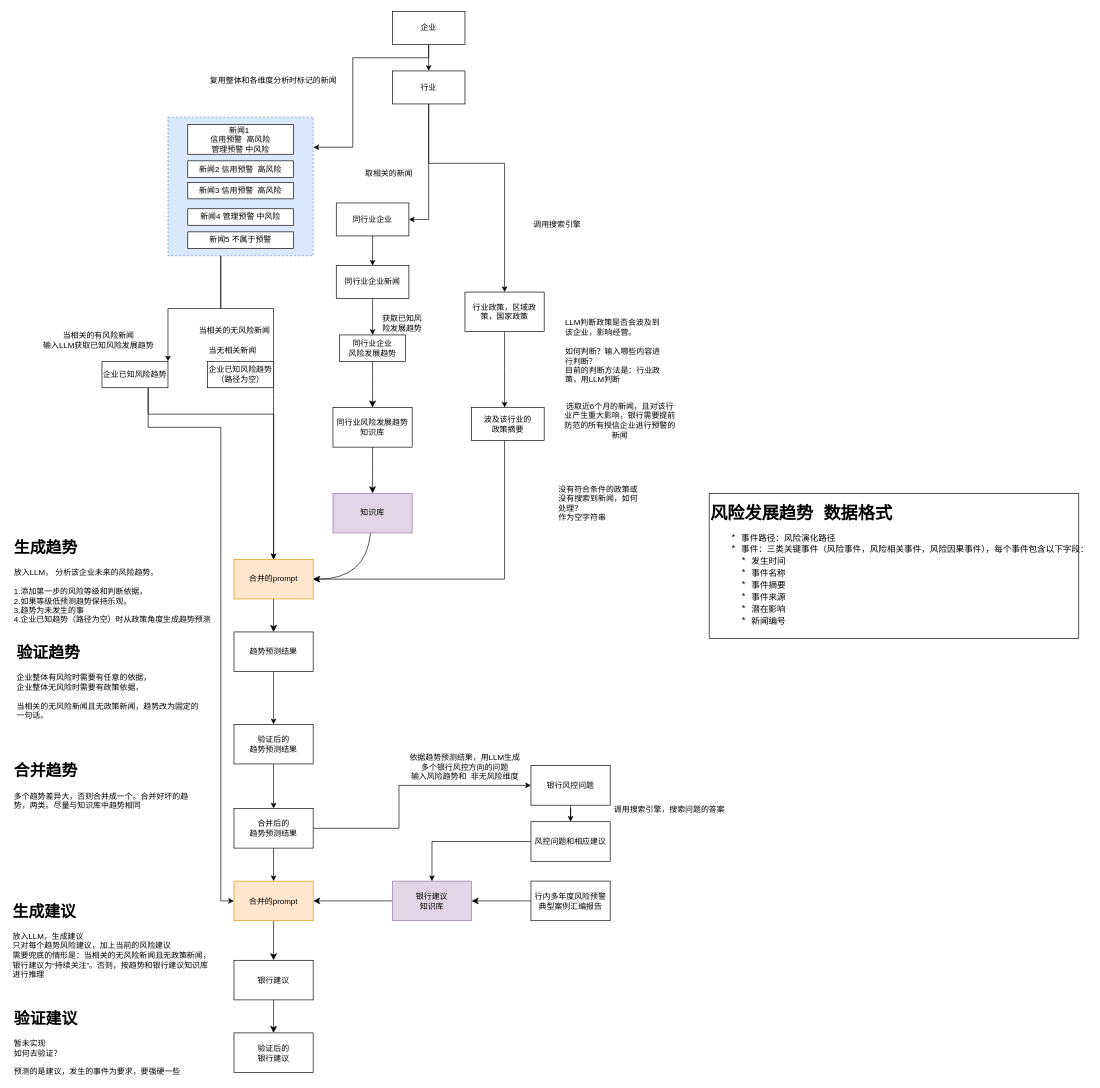
brothermaster/draw keeps this draw.io diagram as page "趋势预测" (1 of 2) of 舆情分析.drawio. Above is the earlier version. Source tidied: cells renumbered, new cells numbered last; positions are measured from the earlier drawing's top-left corner, leaving out a move shared by most shapes. Both pictures are drawn from the tidied source at 66%, with x=0, y=0 at pixel (11, 11).
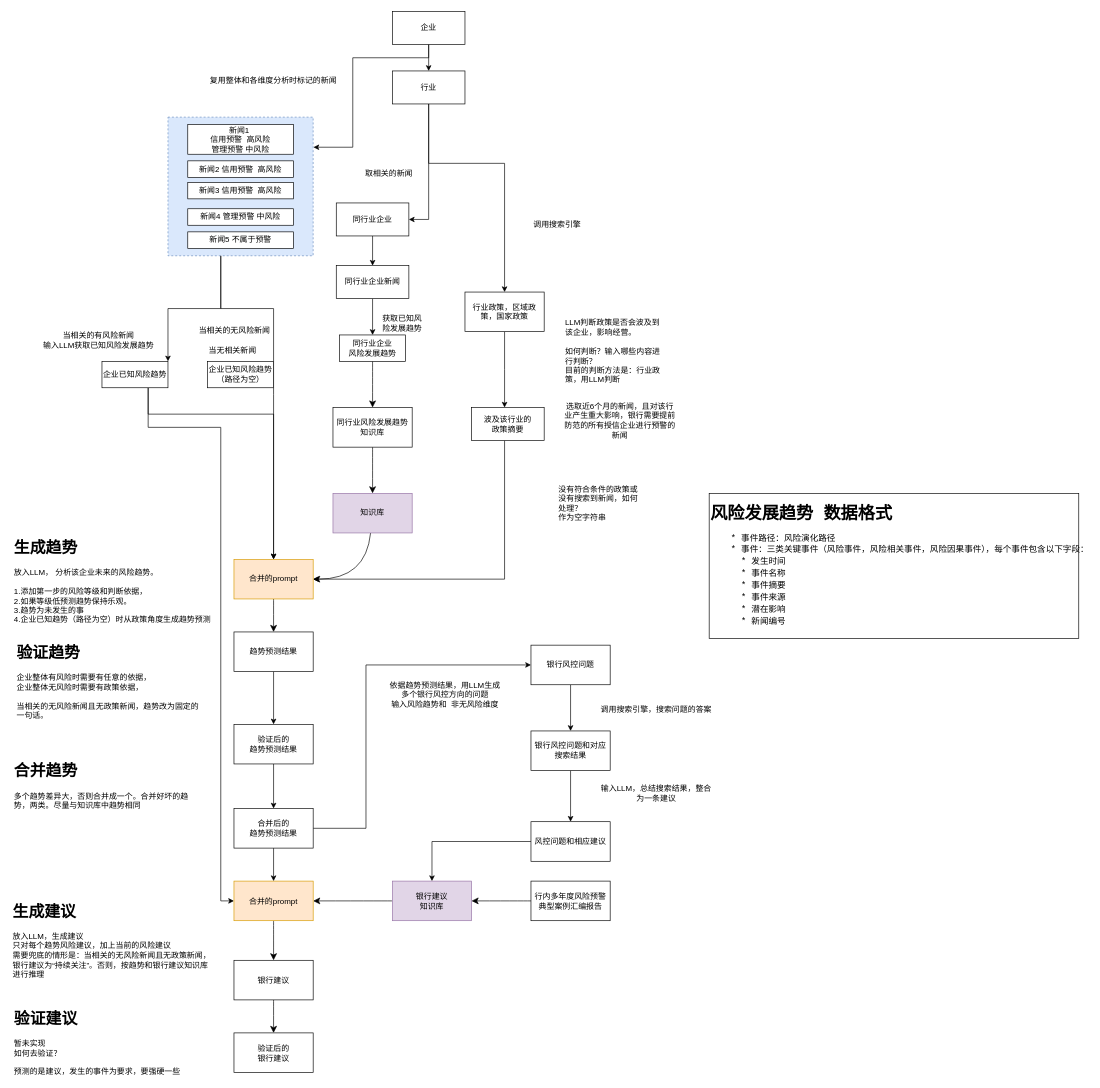
The same page after the edit.

Unchanged cells that the change refers to:
```xml
<mxCell id="52" value="合并后的&lt;br&gt;趋势预测结果" style="rounded=0;whiteSpace=wrap;html=1;" parent="1" vertex="1">
  <mxGeometry x="338" y="1207.5" width="120" height="60" as="geometry" />
</mxCell>
<mxCell id="58" value="风控问题和相应建议" style="rounded=0;whiteSpace=wrap;html=1;" parent="1" vertex="1">
  <mxGeometry x="788" y="1227.5" width="120" height="60" as="geometry" />
</mxCell>
```

What changed in the source:
```diff
@@
-    <mxCell id="24" style="edgeStyle=orthogonalEdgeStyle;rounded=0;jettySize=auto;html=1;" parent="1" edge="1" source="25" target="58">
-      <mxGeometry relative="1" as="geometry" />
-    </mxCell>
+    <mxCell id="75" style="edgeStyle=orthogonalEdgeStyle;rounded=0;jettySize=auto;html=1;" parent="1" edge="1" source="25" target="77">
+      <mxGeometry relative="1" as="geometry" />
+    </mxCell>
     <mxCell id="25" value="银行风控问题" style="rounded=0;whiteSpace=wrap;html=1;" parent="1" vertex="1">
-      <mxGeometry x="788" y="1142.5" width="120" height="60" as="geometry" />
+      <mxGeometry x="788" y="960" width="120" height="60" as="geometry" />
     </mxCell>
@@
     <mxCell id="51" style="edgeStyle=orthogonalEdgeStyle;rounded=0;jettySize=auto;html=1;entryX=0;entryY=0.5;entryDx=0;entryDy=0;" parent="1" edge="1" source="52" target="25">
       <mxGeometry relative="1" as="geometry">
         <Array as="points">
-          <mxPoint x="588" y="1237.5" />
-          <mxPoint x="588" y="1172.5" />
+          <mxPoint x="538" y="1238" />
+          <mxPoint x="538" y="990" />
         </Array>
       </mxGeometry>
     </mxCell>
@@
     <mxCell id="56" value="依据趋势预测结果，用LLM生成多个银行风控方向的问题&lt;br&gt;输入风险趋势和&amp;nbsp; 非无风险维度" style="text;html=1;align=center;verticalAlign=middle;whiteSpace=wrap;rounded=0;" parent="1" vertex="1">
-      <mxGeometry x="598" y="1130" width="180" height="30" as="geometry" />
+      <mxGeometry x="568" y="1020" width="180" height="30" as="geometry" />
     </mxCell>
@@
     <mxCell id="59" value="调用搜索引擎，搜索问题的答案" style="text;html=1;align=center;verticalAlign=middle;whiteSpace=wrap;rounded=0;" parent="1" vertex="1">
-      <mxGeometry x="908" y="1187.5" width="180" height="45" as="geometry" />
+      <mxGeometry x="888" y="1035" width="180" height="45" as="geometry" />
     </mxCell>
@@
+    <mxCell id="76" style="edgeStyle=orthogonalEdgeStyle;rounded=0;jettySize=auto;html=1;entryX=0.5;entryY=0;entryDx=0;entryDy=0;" parent="1" edge="1" source="77" target="58">
+      <mxGeometry relative="1" as="geometry" />
+    </mxCell>
+    <mxCell id="77" value="银行风控问题和对应搜索结果" style="rounded=0;whiteSpace=wrap;html=1;" parent="1" vertex="1">
+      <mxGeometry x="788" y="1090" width="120" height="60" as="geometry" />
+    </mxCell>
+    <mxCell id="78" value="输入LLM，总结搜索结果，整合为一条建议" style="text;html=1;align=center;verticalAlign=middle;whiteSpace=wrap;rounded=0;" parent="1" vertex="1">
+      <mxGeometry x="888" y="1162.5" width="180" height="45" as="geometry" />
+    </mxCell>
```
